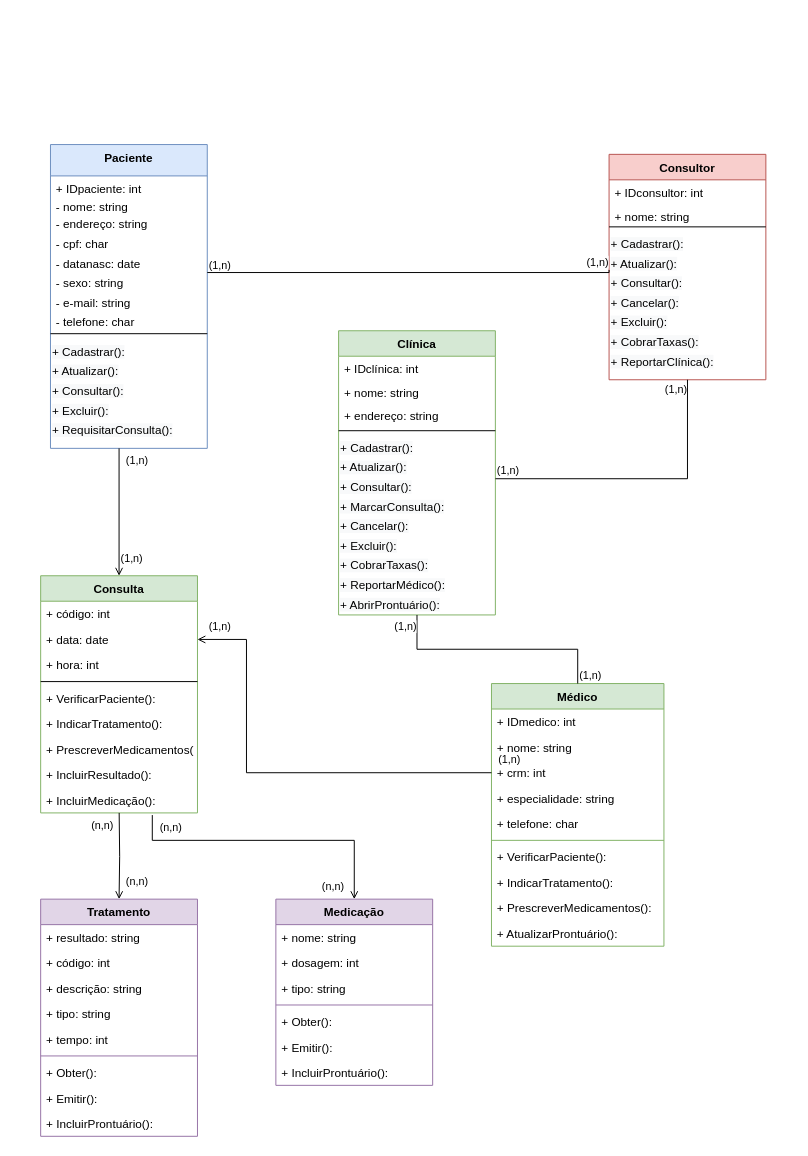
rhayssakramer/devrhakramer keeps this draw.io diagram as Projeto Banco de Dados.drawio. Above is the earlier version. Source tidied: cells renumbered, new cells numbered last; positions are measured from the earlier drawing's top-left corner, leaving out a move shared by most shapes. Both pictures are drawn from the tidied source at 98%, with x=0, y=0 at pixel (40, 144).
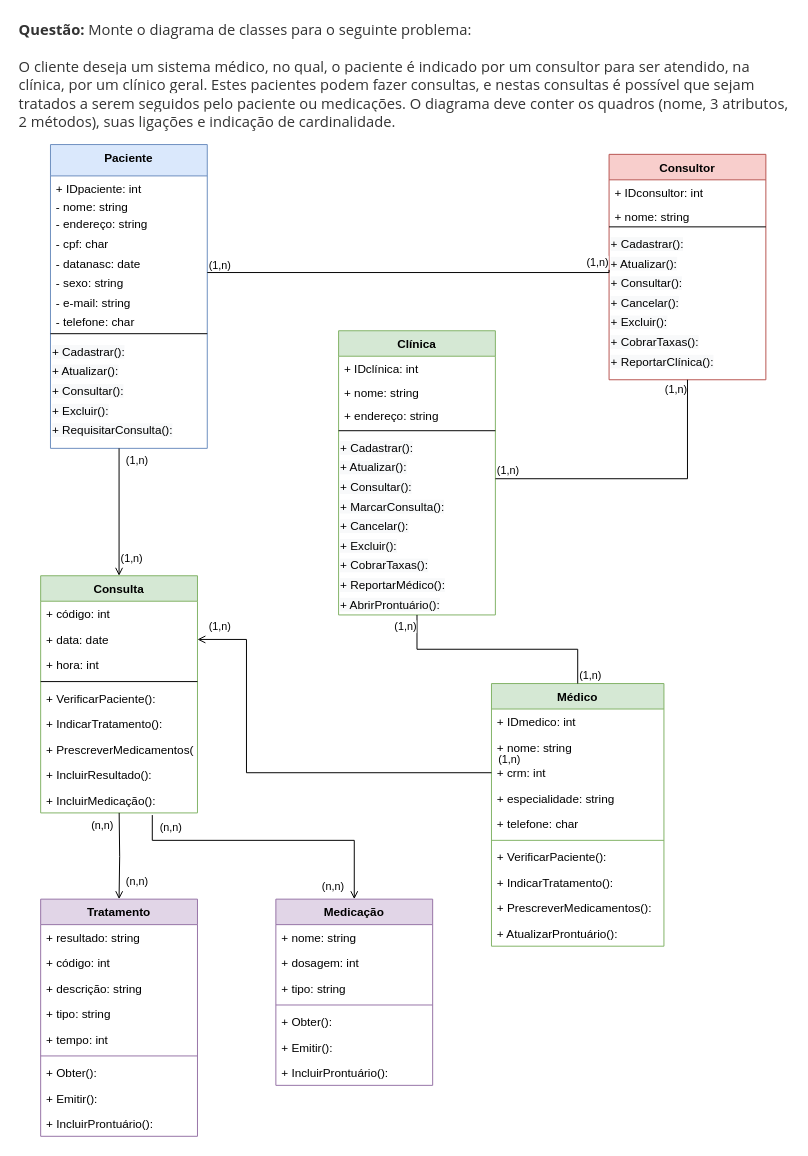
The same page after the edit.

Diff of the diagram source:
```diff
@@
+    <mxCell id="102" value="&lt;span style=&quot;color: rgb(51, 51, 51); font-family: &amp;quot;Segoe UI&amp;quot;, &amp;quot;Segoe WP&amp;quot;, Tahoma, Arial, sans-serif; font-size: 15px; background-color: rgb(255, 255, 255);&quot;&gt;&lt;font style=&quot;vertical-align: inherit; font-size: 15px;&quot;&gt;&lt;font style=&quot;vertical-align: inherit; font-size: 15px;&quot;&gt;&lt;b&gt;Questão: &lt;/b&gt;Monte o diagrama de classes para o seguinte problema: &lt;/font&gt;&lt;/font&gt;&lt;/span&gt;&lt;br style=&quot;box-sizing: border-box; color: rgb(51, 51, 51); font-family: &amp;quot;Segoe UI&amp;quot;, &amp;quot;Segoe WP&amp;quot;, Tahoma, Arial, sans-serif; font-size: 15px; background-color: rgb(255, 255, 255);&quot;&gt;&lt;br style=&quot;box-sizing: border-box; color: rgb(51, 51, 51); font-family: &amp;quot;Segoe UI&amp;quot;, &amp;quot;Segoe WP&amp;quot;, Tahoma, Arial, sans-serif; font-size: 15px; background-color: rgb(255, 255, 255);&quot;&gt;&lt;span style=&quot;box-sizing: border-box; color: rgb(51, 51, 51); font-family: &amp;quot;Segoe UI&amp;quot;, &amp;quot;Segoe WP&amp;quot;, Tahoma, Arial, sans-serif; font-size: 15px; background-color: rgb(255, 255, 255);&quot;&gt;&lt;font style=&quot;vertical-align: inherit; font-size: 15px;&quot;&gt;&lt;font style=&quot;vertical-align: inherit; font-size: 15px;&quot;&gt;O cliente deseja um sistema médico, no qual, o paciente é indicado por um consultor para ser atendido, na clínica, por um clínico geral. &lt;/font&gt;&lt;font style=&quot;vertical-align: inherit; font-size: 15px;&quot;&gt;Estes pacientes podem fazer consultas, e nestas consultas é possível que sejam tratados a serem seguidos pelo paciente ou medicações.&amp;nbsp;&lt;/font&gt;&lt;/font&gt;&lt;/span&gt;&lt;span style=&quot;box-sizing: border-box; color: rgb(51, 51, 51); font-family: &amp;quot;Segoe UI&amp;quot;, &amp;quot;Segoe WP&amp;quot;, Tahoma, Arial, sans-serif; font-size: 15px; background-color: rgb(255, 255, 255);&quot;&gt;&lt;font style=&quot;vertical-align: inherit; font-size: 15px;&quot;&gt;&lt;font style=&quot;vertical-align: inherit; font-size: 15px;&quot;&gt;O diagrama deve conter os quadros (nome, 3 atributos, 2 métodos), suas ligações e indicação de cardinalidade.&lt;/font&gt;&lt;/font&gt;&lt;/span&gt;" style="text;html=1;strokeColor=none;fillColor=none;align=left;verticalAlign=middle;whiteSpace=wrap;rounded=0;fontSize=15;" parent="1" vertex="1">
+      <mxGeometry x="-24" y="-130" width="790" height="120" as="geometry" />
+    </mxCell>
```
